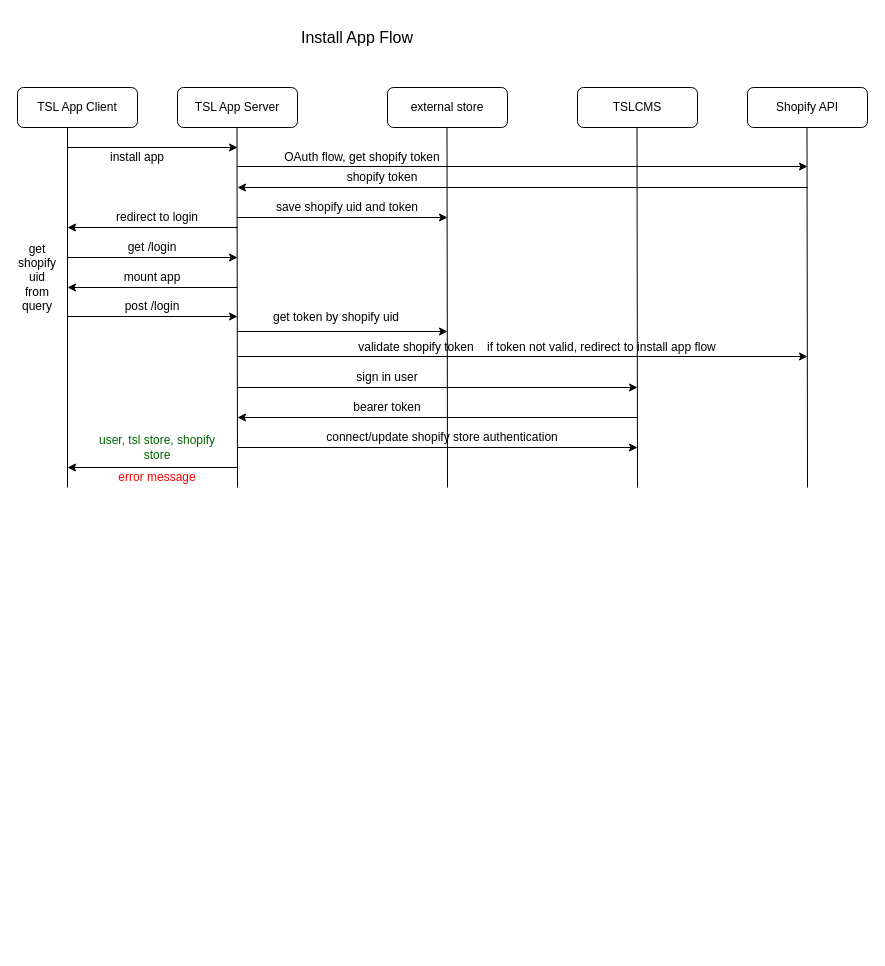
Before: Untitled Diagram.drawio in alexrsunrise/diagrams, a draw.io diagram. Source tidied: cells renumbered, new cells numbered last; positions are measured from the earlier drawing's top-left corner, leaving out a move shared by most shapes. Both pictures are drawn from the tidied source at 100%, with x=0, y=0 at pixel (17, 17).
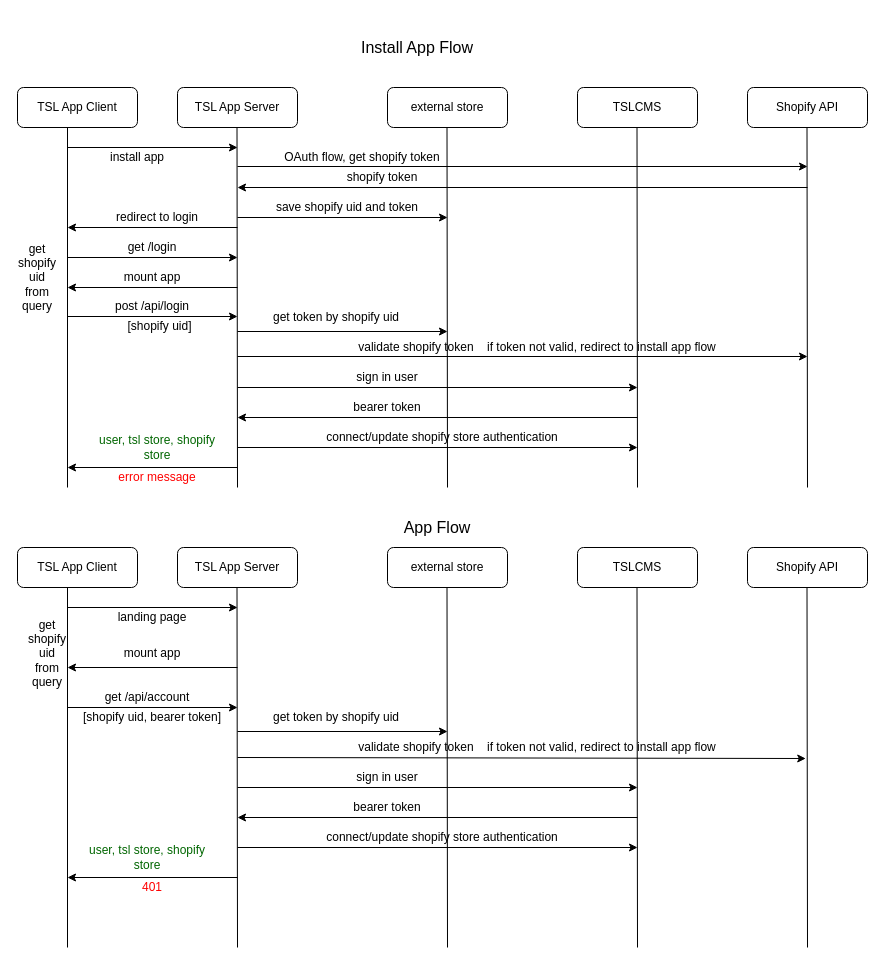
Above is the later version.

Commit message:
update normal app flow

The edit, as a diff of the source:
```diff
@@
     <mxCell id="6" value="&lt;font style=&quot;font-size: 16px&quot;&gt;Install App Flow&lt;/font&gt;" style="text;html=1;strokeColor=none;fillColor=none;align=center;verticalAlign=middle;whiteSpace=wrap;rounded=0;" parent="1" vertex="1">
-      <mxGeometry x="240" width="200" height="40" as="geometry" />
+      <mxGeometry x="300" y="10" width="200" height="40" as="geometry" />
     </mxCell>
@@
-    <mxCell id="29" value="post /login" style="text;html=1;strokeColor=none;fillColor=none;align=center;verticalAlign=middle;whiteSpace=wrap;rounded=0;" parent="1" vertex="1">
+    <mxCell id="29" value="post /api/login" style="text;html=1;strokeColor=none;fillColor=none;align=center;verticalAlign=middle;whiteSpace=wrap;rounded=0;" parent="1" vertex="1">
       <mxGeometry x="90" y="279" width="90" height="20" as="geometry" />
     </mxCell>
@@
+    <mxCell id="43" value="TSL App Client" style="rounded=1;whiteSpace=wrap;html=1;fontSize=12;glass=0;strokeWidth=1;shadow=0;" parent="1" vertex="1">
+      <mxGeometry y="530" width="120" height="40" as="geometry" />
+    </mxCell>
+    <mxCell id="44" value="TSL App Server" style="rounded=1;whiteSpace=wrap;html=1;fontSize=12;glass=0;strokeWidth=1;shadow=0;" parent="1" vertex="1">
+      <mxGeometry x="160" y="530" width="120" height="40" as="geometry" />
+    </mxCell>
+    <mxCell id="45" value="TSLCMS" style="rounded=1;whiteSpace=wrap;html=1;fontSize=12;glass=0;strokeWidth=1;shadow=0;" parent="1" vertex="1">
+      <mxGeometry x="560" y="530" width="120" height="40" as="geometry" />
+    </mxCell>
+    <mxCell id="46" value="external store" style="rounded=1;whiteSpace=wrap;html=1;fontSize=12;glass=0;strokeWidth=1;shadow=0;" parent="1" vertex="1">
+      <mxGeometry x="370" y="530" width="120" height="40" as="geometry" />
+    </mxCell>
+    <mxCell id="47" value="&lt;font style=&quot;font-size: 16px&quot;&gt;App Flow&lt;/font&gt;" style="text;html=1;strokeColor=none;fillColor=none;align=center;verticalAlign=middle;whiteSpace=wrap;rounded=0;" parent="1" vertex="1">
+      <mxGeometry x="320" y="490" width="200" height="40" as="geometry" />
+    </mxCell>
+    <mxCell id="48" style="endArrow=none;html=1;" parent="1" edge="1">
+      <mxGeometry relative="1" as="geometry">
+        <mxPoint x="50" y="930" as="sourcePoint" />
+        <mxPoint x="50" y="570" as="targetPoint" />
+      </mxGeometry>
+    </mxCell>
+    <mxCell id="49" style="endArrow=none;html=1;" parent="1" edge="1">
+      <mxGeometry relative="1" as="geometry">
+        <mxPoint x="430" y="930" as="sourcePoint" />
+        <mxPoint x="429.5" y="570" as="targetPoint" />
+      </mxGeometry>
+    </mxCell>
+    <mxCell id="50" style="endArrow=none;html=1;" parent="1" edge="1">
+      <mxGeometry relative="1" as="geometry">
+        <mxPoint x="220" y="930" as="sourcePoint" />
+        <mxPoint x="219.5" y="570" as="targetPoint" />
+      </mxGeometry>
+    </mxCell>
+    <mxCell id="51" style="endArrow=none;html=1;" parent="1" edge="1">
+      <mxGeometry relative="1" as="geometry">
+        <mxPoint x="620" y="930" as="sourcePoint" />
+        <mxPoint x="619.5" y="570" as="targetPoint" />
+      </mxGeometry>
+    </mxCell>
+    <mxCell id="52" value="Shopify API" style="rounded=1;whiteSpace=wrap;html=1;fontSize=12;glass=0;strokeWidth=1;shadow=0;" parent="1" vertex="1">
+      <mxGeometry x="730" y="530" width="120" height="40" as="geometry" />
+    </mxCell>
+    <mxCell id="53" style="endArrow=none;html=1;" parent="1" edge="1">
+      <mxGeometry relative="1" as="geometry">
+        <mxPoint x="790" y="930" as="sourcePoint" />
+        <mxPoint x="789.5" y="570" as="targetPoint" />
+      </mxGeometry>
+    </mxCell>
+    <mxCell id="54" style="endArrow=classic;html=1;" parent="1" edge="1">
+      <mxGeometry relative="1" as="geometry">
+        <mxPoint x="50" y="590" as="sourcePoint" />
+        <mxPoint x="220" y="590" as="targetPoint" />
+      </mxGeometry>
+    </mxCell>
+    <mxCell id="55" style="endArrow=classic;html=1;" parent="1" edge="1">
+      <mxGeometry relative="1" as="geometry">
+        <mxPoint x="220" y="650" as="sourcePoint" />
+        <mxPoint x="50" y="650" as="targetPoint" />
+      </mxGeometry>
+    </mxCell>
+    <mxCell id="56" value="get shopify uid from query" style="text;html=1;strokeColor=none;fillColor=none;align=center;verticalAlign=middle;whiteSpace=wrap;rounded=0;" parent="1" vertex="1">
+      <mxGeometry x="10" y="596.5" width="40" height="79" as="geometry" />
+    </mxCell>
+    <mxCell id="57" style="endArrow=classic;html=1;" parent="1" edge="1">
+      <mxGeometry relative="1" as="geometry">
+        <mxPoint x="50" y="690" as="sourcePoint" />
+        <mxPoint x="220" y="690" as="targetPoint" />
+      </mxGeometry>
+    </mxCell>
+    <mxCell id="58" style="endArrow=classic;html=1;" parent="1" edge="1">
+      <mxGeometry relative="1" as="geometry">
+        <mxPoint x="220" y="860" as="sourcePoint" />
+        <mxPoint x="50" y="860" as="targetPoint" />
+      </mxGeometry>
+    </mxCell>
+    <mxCell id="59" value="&lt;font color=&quot;#006600&quot;&gt;user, tsl store, shopify store&lt;/font&gt;" style="text;html=1;strokeColor=none;fillColor=none;align=center;verticalAlign=middle;whiteSpace=wrap;rounded=0;" parent="1" vertex="1">
+      <mxGeometry x="70" y="830" width="120" height="20" as="geometry" />
+    </mxCell>
+    <mxCell id="60" value="&lt;font color=&quot;#ff0000&quot;&gt;401&lt;/font&gt;" style="text;html=1;strokeColor=none;fillColor=none;align=center;verticalAlign=middle;whiteSpace=wrap;rounded=0;" parent="1" vertex="1">
+      <mxGeometry x="75" y="860" width="120" height="20" as="geometry" />
+    </mxCell>
+    <mxCell id="61" value="landing page" style="text;html=1;strokeColor=none;fillColor=none;align=center;verticalAlign=middle;whiteSpace=wrap;rounded=0;" parent="1" vertex="1">
+      <mxGeometry x="75" y="590" width="120" height="20" as="geometry" />
+    </mxCell>
+    <mxCell id="62" value="mount app" style="text;html=1;strokeColor=none;fillColor=none;align=center;verticalAlign=middle;whiteSpace=wrap;rounded=0;" parent="1" vertex="1">
+      <mxGeometry x="75" y="626" width="120" height="20" as="geometry" />
+    </mxCell>
+    <mxCell id="63" value="[shopify uid]" style="text;html=1;strokeColor=none;fillColor=none;align=center;verticalAlign=middle;whiteSpace=wrap;rounded=0;" parent="1" vertex="1">
+      <mxGeometry x="105" y="299" width="75" height="20" as="geometry" />
+    </mxCell>
+    <mxCell id="64" value="get /api/account" style="text;html=1;strokeColor=none;fillColor=none;align=center;verticalAlign=middle;whiteSpace=wrap;rounded=0;" parent="1" vertex="1">
+      <mxGeometry x="65" y="670" width="130" height="20" as="geometry" />
+    </mxCell>
+    <mxCell id="65" value="[shopify uid, bearer token]" style="text;html=1;strokeColor=none;fillColor=none;align=center;verticalAlign=middle;whiteSpace=wrap;rounded=0;" parent="1" vertex="1">
+      <mxGeometry x="60" y="690" width="150" height="20" as="geometry" />
+    </mxCell>
+    <mxCell id="66" style="endArrow=classic;html=1;" parent="1" edge="1">
+      <mxGeometry relative="1" as="geometry">
+        <mxPoint x="220" y="714" as="sourcePoint" />
+        <mxPoint x="430" y="714" as="targetPoint" />
+      </mxGeometry>
+    </mxCell>
+    <mxCell id="67" value="get token by shopify uid" style="text;html=1;strokeColor=none;fillColor=none;align=center;verticalAlign=middle;whiteSpace=wrap;rounded=0;" parent="1" vertex="1">
+      <mxGeometry x="254" y="690" width="130" height="20" as="geometry" />
+    </mxCell>
+    <mxCell id="68" value="validate shopify token&amp;nbsp; &amp;nbsp; if token not valid, redirect to install app flow" style="text;html=1;strokeColor=none;fillColor=none;align=center;verticalAlign=middle;whiteSpace=wrap;rounded=0;" parent="1" vertex="1">
+      <mxGeometry x="240" y="720" width="560" height="20" as="geometry" />
+    </mxCell>
+    <mxCell id="69" style="endArrow=classic;html=1;" parent="1" edge="1">
+      <mxGeometry relative="1" as="geometry">
+        <mxPoint x="620" y="800" as="sourcePoint" />
+        <mxPoint x="220" y="800" as="targetPoint" />
+      </mxGeometry>
+    </mxCell>
+    <mxCell id="70" value="bearer token" style="text;html=1;strokeColor=none;fillColor=none;align=center;verticalAlign=middle;whiteSpace=wrap;rounded=0;" parent="1" vertex="1">
+      <mxGeometry x="310" y="780" width="120" height="20" as="geometry" />
+    </mxCell>
+    <mxCell id="71" style="endArrow=classic;html=1;" parent="1" edge="1">
+      <mxGeometry relative="1" as="geometry">
+        <mxPoint x="220" y="770" as="sourcePoint" />
+        <mxPoint x="620" y="770" as="targetPoint" />
+      </mxGeometry>
+    </mxCell>
+    <mxCell id="72" value="sign in user" style="text;html=1;strokeColor=none;fillColor=none;align=center;verticalAlign=middle;whiteSpace=wrap;rounded=0;" parent="1" vertex="1">
+      <mxGeometry x="300" y="750" width="140" height="20" as="geometry" />
+    </mxCell>
+    <mxCell id="73" value="connect/update shopify store authentication" style="text;html=1;strokeColor=none;fillColor=none;align=center;verticalAlign=middle;whiteSpace=wrap;rounded=0;" parent="1" vertex="1">
+      <mxGeometry x="250" y="810" width="350" height="20" as="geometry" />
+    </mxCell>
+    <mxCell id="74" style="endArrow=classic;html=1;entryX=0.979;entryY=1.05;entryDx=0;entryDy=0;entryPerimeter=0;" parent="1" edge="1" target="68">
+      <mxGeometry relative="1" as="geometry">
+        <mxPoint x="220" y="740" as="sourcePoint" />
+      </mxGeometry>
+    </mxCell>
+    <mxCell id="75" style="endArrow=classic;html=1;" parent="1" edge="1">
+      <mxGeometry relative="1" as="geometry">
+        <mxPoint x="220" y="830" as="sourcePoint" />
+        <mxPoint x="620" y="830" as="targetPoint" />
+      </mxGeometry>
+    </mxCell>
```
